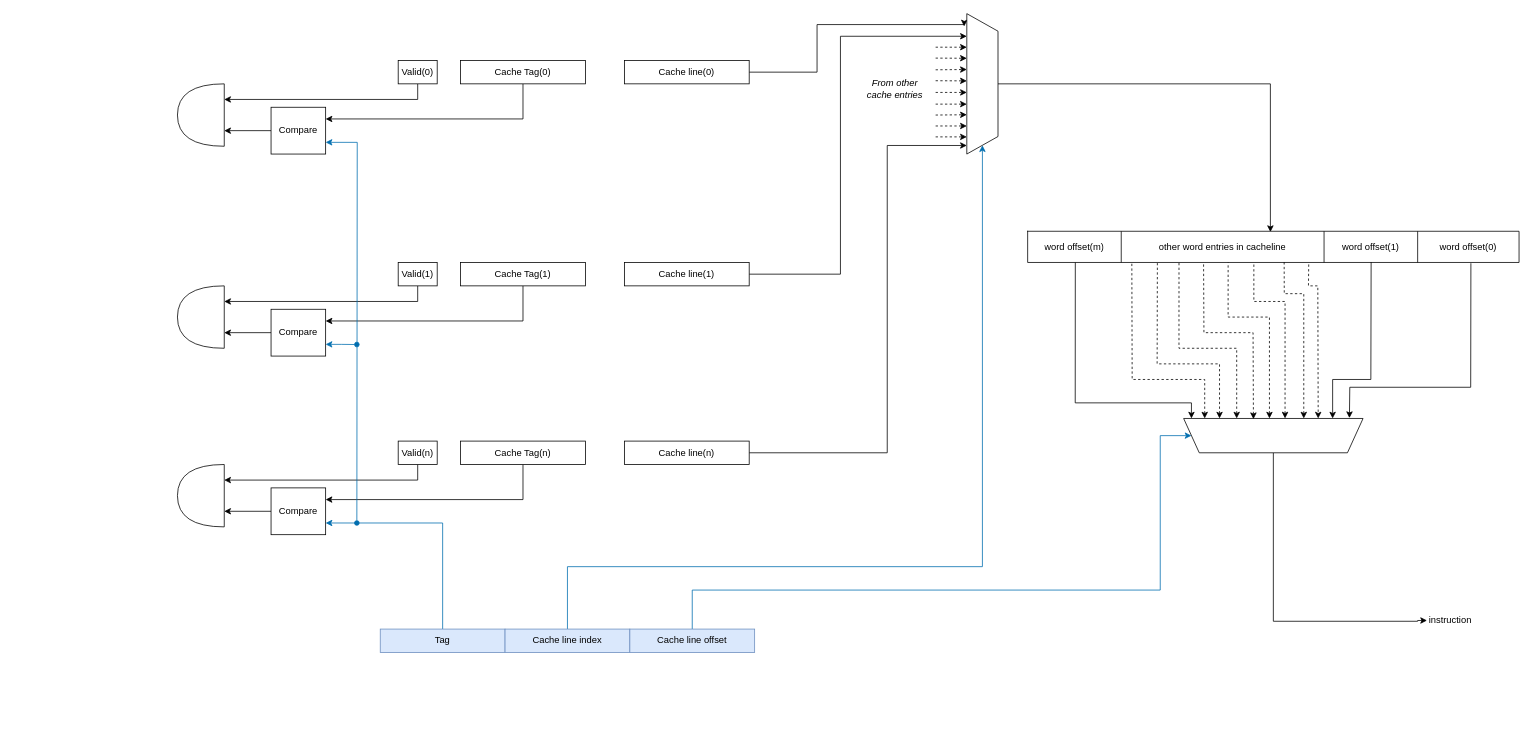
The draw.io diagram Circuit_Drawings/New Circuit.drawio in Kaveesha-98/065-538-720-GNC, before the edit. Source tidied: cells renumbered, new cells numbered last; positions are measured from the earlier drawing's top-left corner, leaving out a move shared by most shapes. Both pictures are drawn from the tidied source at 78%, with x=0, y=0 at pixel (177, 13).
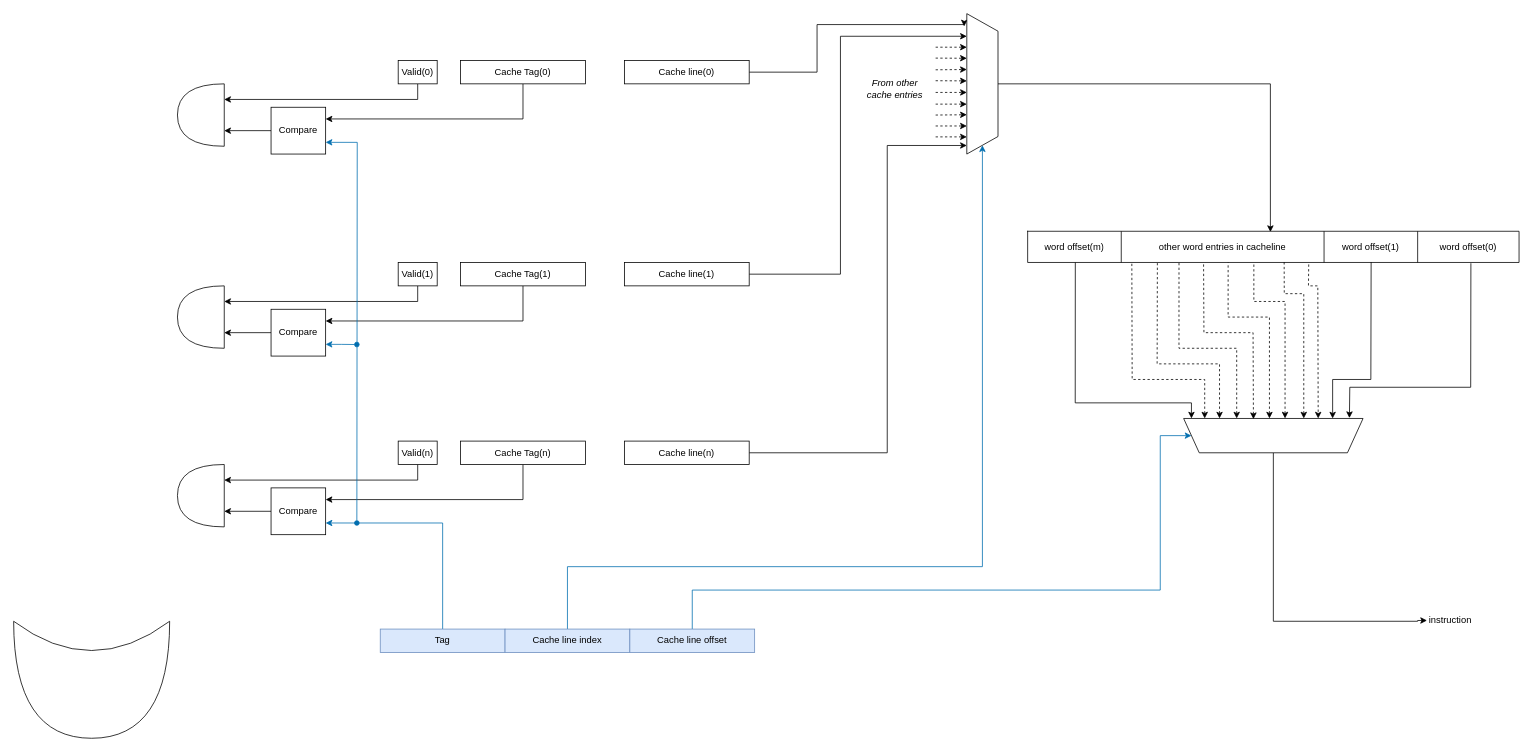
After the change.

What changed in the source:
```diff
@@
+    <mxCell id="69" style="shape=xor;whiteSpace=wrap;html=1;direction=south;" parent="1" vertex="1">
+      <mxGeometry x="-210" y="779" width="200" height="150" as="geometry" />
+    </mxCell>
```
